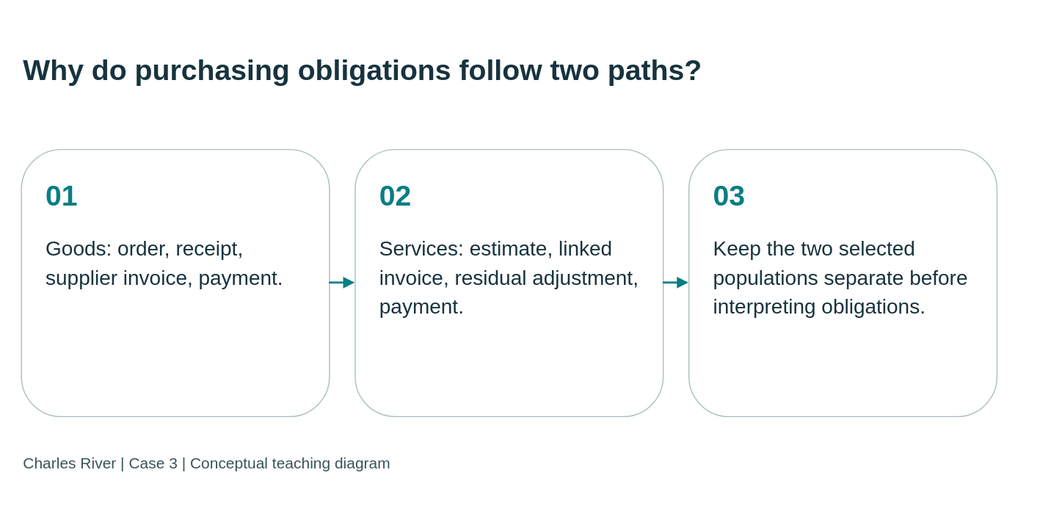
The draw.io diagram static/diagrams/cases/case03-branches.svg in mmcodesso/CharlesRiver_Database, before a commit. Source tidied: cells renumbered, new cells last; positions are measured from the earlier drawing's top-left corner, leaving out a move shared by most shapes. Source of this version:
```xml
<mxGraphModel background="#f5f5ee">
  <root>
    <mxCell id="0" />
    <mxCell id="1" parent="0" />
    <mxCell id="2" value="Why do purchasing obligations follow two paths?" style="text;html=0;strokeColor=none;fillColor=none;align=left;verticalAlign=middle;whiteSpace=wrap;fontSize=28;fontStyle=1;fontColor=#17333e;fontFamily=Arial;" parent="1" vertex="1">
      <mxGeometry width="950" height="95" as="geometry" />
    </mxCell>
    <mxCell id="3" value="&lt;div style=&quot;font-size:28px;color:#087e83;font-weight:bold;margin-bottom:20px&quot;&gt;01&lt;/div&gt;&lt;div style=&quot;font-size:20px;line-height:1.4&quot;&gt;Goods: order, receipt, supplier invoice, payment.&lt;/div&gt;" style="rounded=1;whiteSpace=wrap;html=1;fillColor=#ffffff;strokeColor=#a8bfc1;fontColor=#17333e;align=left;verticalAlign=top;spacing=24;fontFamily=Arial;fontSize=20;" parent="1" vertex="1">
      <mxGeometry y="125" width="300" height="260" as="geometry" />
    </mxCell>
    <mxCell id="4" value="&lt;div style=&quot;font-size:28px;color:#087e83;font-weight:bold;margin-bottom:20px&quot;&gt;02&lt;/div&gt;&lt;div style=&quot;font-size:20px;line-height:1.4&quot;&gt;Services: estimate, linked invoice, residual adjustment, payment.&lt;/div&gt;" style="rounded=1;whiteSpace=wrap;html=1;fillColor=#ffffff;strokeColor=#a8bfc1;fontColor=#17333e;align=left;verticalAlign=top;spacing=24;fontFamily=Arial;fontSize=20;" parent="1" vertex="1">
      <mxGeometry x="325" y="125" width="300" height="260" as="geometry" />
    </mxCell>
    <mxCell id="5" value="&lt;div style=&quot;font-size:28px;color:#087e83;font-weight:bold;margin-bottom:20px&quot;&gt;03&lt;/div&gt;&lt;div style=&quot;font-size:20px;line-height:1.4&quot;&gt;Keep the two selected populations separate before interpreting obligations.&lt;/div&gt;" style="rounded=1;whiteSpace=wrap;html=1;fillColor=#ffffff;strokeColor=#a8bfc1;fontColor=#17333e;align=left;verticalAlign=top;spacing=24;fontFamily=Arial;fontSize=20;" parent="1" vertex="1">
      <mxGeometry x="650" y="125" width="300" height="260" as="geometry" />
    </mxCell>
    <mxCell id="6" style="edgeStyle=orthogonalEdgeStyle;rounded=0;html=1;endArrow=block;endFill=1;strokeColor=#087e83;strokeWidth=2;" parent="1" edge="1" source="3" target="4">
      <mxGeometry relative="1" as="geometry" />
    </mxCell>
    <mxCell id="7" style="edgeStyle=orthogonalEdgeStyle;rounded=0;html=1;endArrow=block;endFill=1;strokeColor=#087e83;strokeWidth=2;" parent="1" edge="1" source="4" target="5">
      <mxGeometry relative="1" as="geometry" />
    </mxCell>
    <mxCell id="8" value="Charles River | Case 3 | Conceptual teaching diagram" style="text;html=0;strokeColor=none;fillColor=none;align=left;fontSize=15;fontColor=#38535b;fontFamily=Arial;" parent="1" vertex="1">
      <mxGeometry y="415" width="950" height="35" as="geometry" />
    </mxCell>
  </root>
</mxGraphModel>
```
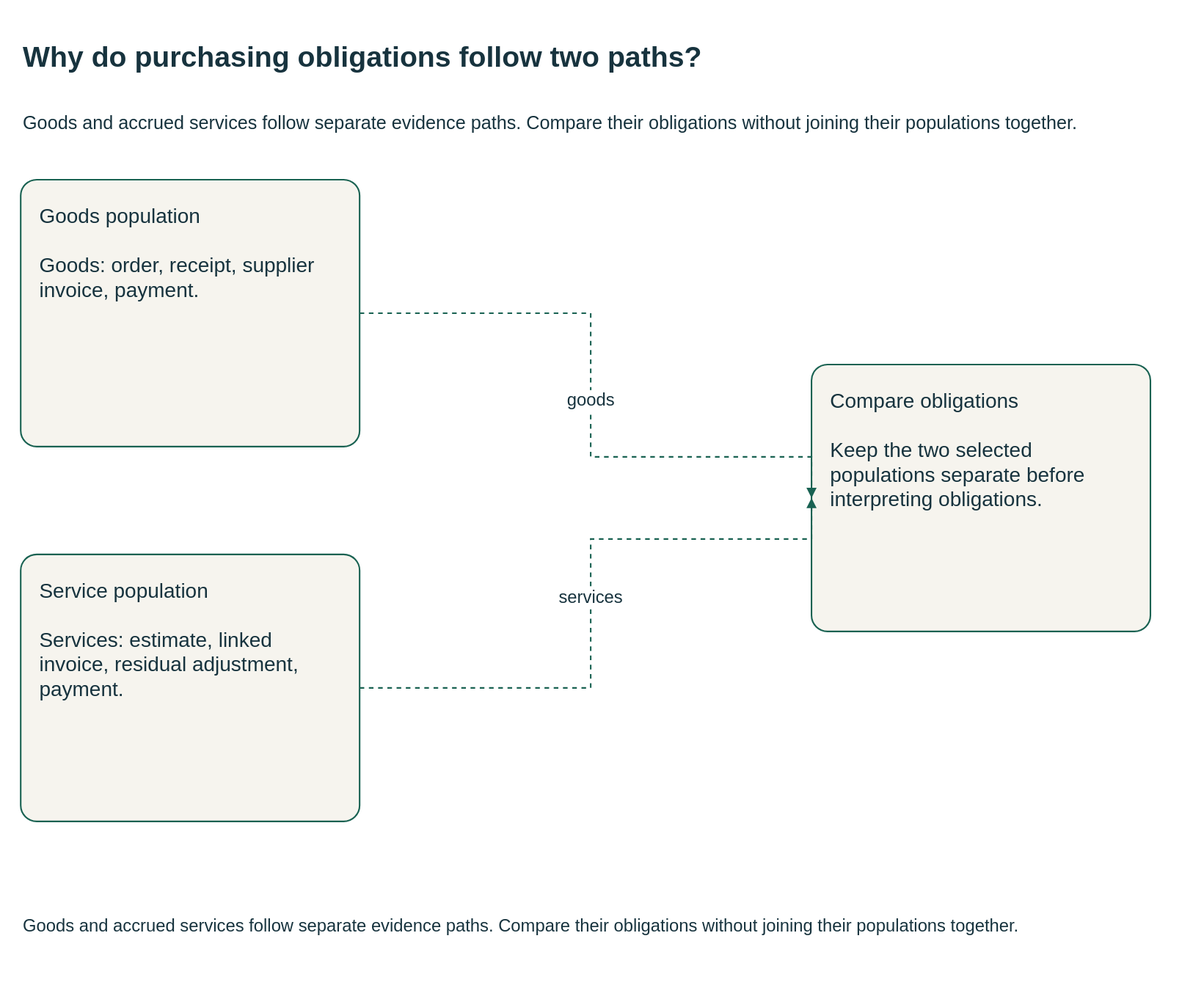
After the commit.

Diff of the diagram source:
```diff
@@ -1,27 +1,40 @@
-<mxGraphModel background="#f5f5ee">
+<mxGraphModel background="#FFFFFF">
   <root>
     <mxCell id="0" />
     <mxCell id="1" parent="0" />
-    <mxCell id="2" value="Why do purchasing obligations follow two paths?" style="text;html=0;strokeColor=none;fillColor=none;align=left;verticalAlign=middle;whiteSpace=wrap;fontSize=28;fontStyle=1;fontColor=#17333e;fontFamily=Arial;" parent="1" vertex="1">
-      <mxGeometry width="950" height="95" as="geometry" />
+    <mxCell id="2" value="Why do purchasing obligations follow two paths?" style="html=0;fontFamily=Arial;fontSize=20;fontColor=#17333e;strokeColor=#196252;strokeWidth=1.5;whiteSpace=wrap;text;strokeColor=none;fillColor=none;align=left;verticalAlign=middle;fontSize=28;fontStyle=1;" parent="1" vertex="1">
+      <mxGeometry y="-10" width="1110" height="70" as="geometry" />
     </mxCell>
+    <mxCell id="9" value="Goods and accrued services follow separate evidence paths. Compare their obligations without joining their populations together." style="html=0;fontFamily=Arial;fontSize=20;fontColor=#17333e;strokeColor=#196252;strokeWidth=1.5;whiteSpace=wrap;text;strokeColor=none;fillColor=none;align=left;verticalAlign=middle;fontSize=18;fontStyle=0;" parent="1" vertex="1">
+      <mxGeometry y="62" width="1110" height="55" as="geometry" />
+    </mxCell>
-    <mxCell id="3" value="&lt;div style=&quot;font-size:28px;color:#087e83;font-weight:bold;margin-bottom:20px&quot;&gt;01&lt;/div&gt;&lt;div style=&quot;font-size:20px;line-height:1.4&quot;&gt;Goods: order, receipt, supplier invoice, payment.&lt;/div&gt;" style="rounded=1;whiteSpace=wrap;html=1;fillColor=#ffffff;strokeColor=#a8bfc1;fontColor=#17333e;align=left;verticalAlign=top;spacing=24;fontFamily=Arial;fontSize=20;" parent="1" vertex="1">
-      <mxGeometry y="125" width="300" height="260" as="geometry" />
+    <mxCell id="3" value="Goods population&#10;&#10;Goods: order, receipt, supplier invoice, payment." style="html=0;fontFamily=Arial;fontSize=20;fontColor=#17333e;strokeColor=#196252;strokeWidth=1.5;whiteSpace=wrap;rounded=1;arcSize=6;fillColor=#f6f4ee;align=left;verticalAlign=top;spacing=18;" parent="1" vertex="1">
+      <mxGeometry y="145" width="330" height="260" as="geometry" />
     </mxCell>
-    <mxCell id="4" value="&lt;div style=&quot;font-size:28px;color:#087e83;font-weight:bold;margin-bottom:20px&quot;&gt;02&lt;/div&gt;&lt;div style=&quot;font-size:20px;line-height:1.4&quot;&gt;Services: estimate, linked invoice, residual adjustment, payment.&lt;/div&gt;" style="rounded=1;whiteSpace=wrap;html=1;fillColor=#ffffff;strokeColor=#a8bfc1;fontColor=#17333e;align=left;verticalAlign=top;spacing=24;fontFamily=Arial;fontSize=20;" parent="1" vertex="1">
-      <mxGeometry x="325" y="125" width="300" height="260" as="geometry" />
+    <mxCell id="4" value="Service population&#10;&#10;Services: estimate, linked invoice, residual adjustment, payment." style="html=0;fontFamily=Arial;fontSize=20;fontColor=#17333e;strokeColor=#196252;strokeWidth=1.5;whiteSpace=wrap;rounded=1;arcSize=6;fillColor=#f6f4ee;align=left;verticalAlign=top;spacing=18;" parent="1" vertex="1">
+      <mxGeometry y="510" width="330" height="260" as="geometry" />
     </mxCell>
-    <mxCell id="5" value="&lt;div style=&quot;font-size:28px;color:#087e83;font-weight:bold;margin-bottom:20px&quot;&gt;03&lt;/div&gt;&lt;div style=&quot;font-size:20px;line-height:1.4&quot;&gt;Keep the two selected populations separate before interpreting obligations.&lt;/div&gt;" style="rounded=1;whiteSpace=wrap;html=1;fillColor=#ffffff;strokeColor=#a8bfc1;fontColor=#17333e;align=left;verticalAlign=top;spacing=24;fontFamily=Arial;fontSize=20;" parent="1" vertex="1">
-      <mxGeometry x="650" y="125" width="300" height="260" as="geometry" />
+    <mxCell id="5" value="Compare obligations&#10;&#10;Keep the two selected populations separate before interpreting obligations." style="html=0;fontFamily=Arial;fontSize=20;fontColor=#17333e;strokeColor=#196252;strokeWidth=1.5;whiteSpace=wrap;rounded=1;arcSize=6;fillColor=#f6f4ee;align=left;verticalAlign=top;spacing=18;" parent="1" vertex="1">
+      <mxGeometry x="770" y="325" width="330" height="260" as="geometry" />
     </mxCell>
-    <mxCell id="6" style="edgeStyle=orthogonalEdgeStyle;rounded=0;html=1;endArrow=block;endFill=1;strokeColor=#087e83;strokeWidth=2;" parent="1" edge="1" source="3" target="4">
-      <mxGeometry relative="1" as="geometry" />
+    <mxCell id="6" value="goods" style="html=0;fontFamily=Arial;fontSize=20;fontColor=#17333e;strokeColor=#196252;strokeWidth=1.5;whiteSpace=wrap;edgeStyle=orthogonalEdgeStyle;rounded=0;fillColor=none;fontSize=17;labelBackgroundColor=#FFFFFF;startArrow=none;endArrow=block;endFill=1;dashed=1;exitX=1;exitY=0.5;entryX=0;entryY=0.5;" parent="1" edge="1" source="3" target="5">
+      <mxGeometry relative="1" as="geometry">
+        <Array as="points">
+          <mxPoint x="555" y="275" />
+          <mxPoint x="555" y="415" />
+        </Array>
+      </mxGeometry>
     </mxCell>
-    <mxCell id="7" style="edgeStyle=orthogonalEdgeStyle;rounded=0;html=1;endArrow=block;endFill=1;strokeColor=#087e83;strokeWidth=2;" parent="1" edge="1" source="4" target="5">
-      <mxGeometry relative="1" as="geometry" />
+    <mxCell id="7" value="services" style="html=0;fontFamily=Arial;fontSize=20;fontColor=#17333e;strokeColor=#196252;strokeWidth=1.5;whiteSpace=wrap;edgeStyle=orthogonalEdgeStyle;rounded=0;fillColor=none;fontSize=17;labelBackgroundColor=#FFFFFF;startArrow=none;endArrow=block;endFill=1;dashed=1;exitX=1;exitY=0.5;entryX=0;entryY=0.5;" parent="1" edge="1" source="4" target="5">
+      <mxGeometry relative="1" as="geometry">
+        <Array as="points">
+          <mxPoint x="555" y="640" />
+          <mxPoint x="555" y="495" />
+        </Array>
+      </mxGeometry>
     </mxCell>
-    <mxCell id="8" value="Charles River | Case 3 | Conceptual teaching diagram" style="text;html=0;strokeColor=none;fillColor=none;align=left;fontSize=15;fontColor=#38535b;fontFamily=Arial;" parent="1" vertex="1">
-      <mxGeometry y="415" width="950" height="35" as="geometry" />
+    <mxCell id="8" value="Goods and accrued services follow separate evidence paths. Compare their obligations without joining their populations together." style="html=0;fontFamily=Arial;fontSize=20;fontColor=#17333e;strokeColor=#196252;strokeWidth=1.5;whiteSpace=wrap;text;strokeColor=none;fillColor=none;align=left;verticalAlign=middle;fontSize=17;fontStyle=0;" parent="1" vertex="1">
+      <mxGeometry y="842" width="1110" height="60" as="geometry" />
     </mxCell>
   </root>
 </mxGraphModel>
```
